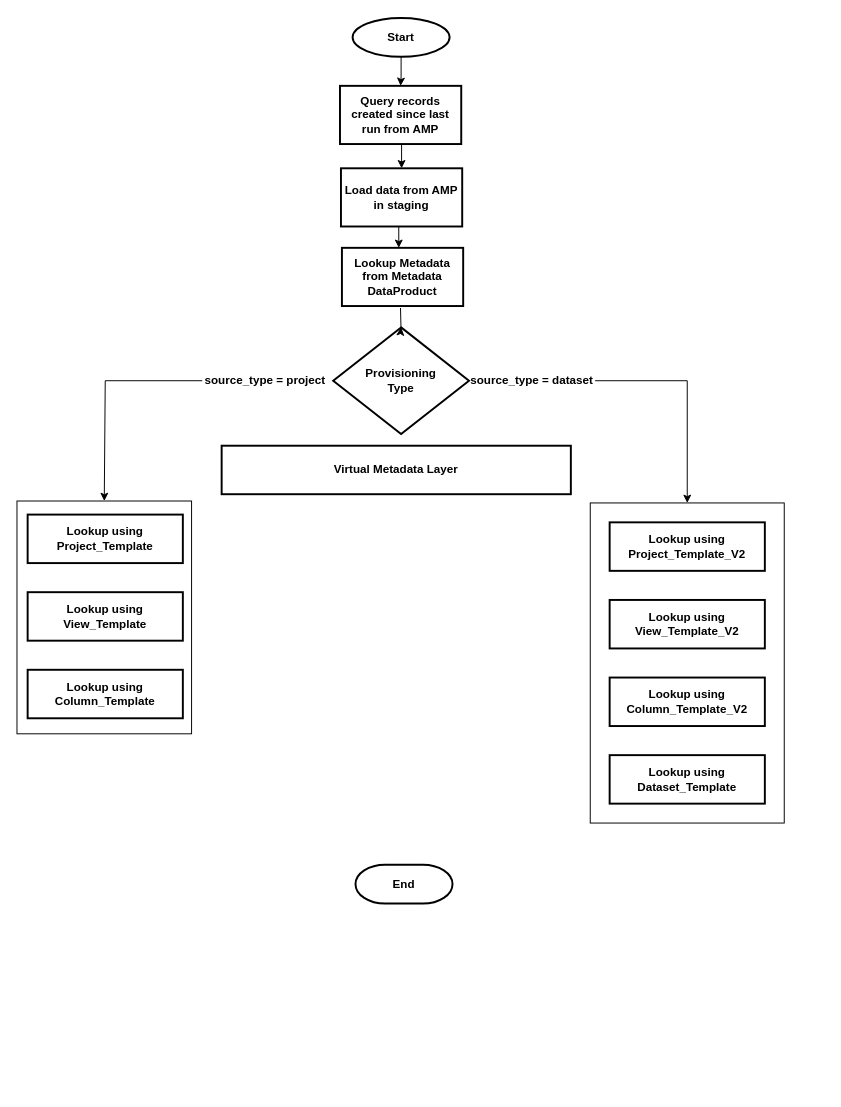
zikzakjack/draw.io keeps this draw.io diagram as Access_Dataflow.drawio. Above is the earlier version. Source tidied: cells renumbered, new cells numbered last; positions are measured from the earlier drawing's top-left corner, leaving out a move shared by most shapes. Both pictures are drawn from the tidied source at 97%, with x=0, y=0 at pixel (16, 17).
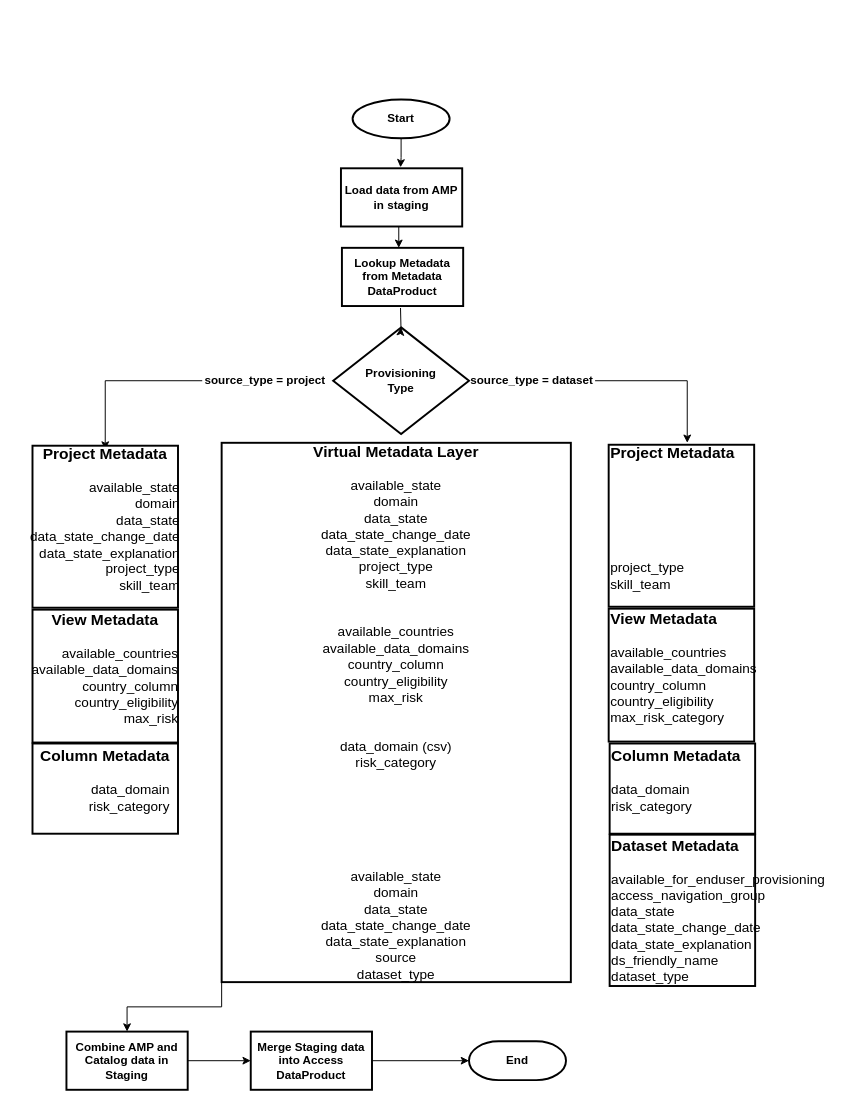
The same diagram, later.

The change refers to these unchanged cells:
```xml
<mxCell id="9" value="&lt;b&gt;source_type = project&lt;/b&gt;" style="text;html=1;strokeColor=none;fillColor=none;align=center;verticalAlign=middle;whiteSpace=wrap;rounded=0;" parent="1" vertex="1">
  <mxGeometry x="191" y="359" width="130" height="30" as="geometry" />
</mxCell>
<mxCell id="11" value="&lt;b&gt;source_type = dataset&lt;/b&gt;" style="text;html=1;strokeColor=none;fillColor=none;align=center;verticalAlign=middle;whiteSpace=wrap;rounded=0;" parent="1" vertex="1">
  <mxGeometry x="466" y="359" width="130" height="30" as="geometry" />
</mxCell>
<mxCell id="26" value="&lt;font size=&quot;1&quot;&gt;&lt;b style=&quot;font-size: 12px;&quot;&gt;Load data from AMP in staging&lt;/b&gt;&lt;/font&gt;" style="rounded=1;whiteSpace=wrap;html=1;absoluteArcSize=1;arcSize=0;strokeWidth=2;" parent="1" vertex="1">
  <mxGeometry x="334" y="155" width="125" height="60" as="geometry" />
</mxCell>
```

Diff of the diagram source:
```diff
@@
-    <mxCell id="3" style="edgeStyle=orthogonalEdgeStyle;rounded=0;jettySize=auto;html=1;" parent="1" edge="1" source="4" target="7">
-      <mxGeometry relative="1" as="geometry" />
+    <mxCell id="3" style="edgeStyle=orthogonalEdgeStyle;rounded=0;jettySize=auto;html=1;" parent="1" edge="1" source="4">
+      <mxGeometry relative="1" as="geometry">
+        <mxPoint x="395.4" y="154" as="targetPoint" />
+      </mxGeometry>
     </mxCell>
     <mxCell id="4" value="&lt;font size=&quot;1&quot; style=&quot;&quot;&gt;&lt;b style=&quot;font-size: 12px;&quot;&gt;Start&lt;/b&gt;&lt;/font&gt;" style="strokeWidth=2;html=1;shape=mxgraph.flowchart.start_1;whiteSpace=wrap;" parent="1" vertex="1">
-      <mxGeometry x="346" width="100" height="40" as="geometry" />
+      <mxGeometry x="346" y="84" width="100" height="40" as="geometry" />
     </mxCell>
@@
-    <mxCell id="6" style="edgeStyle=orthogonalEdgeStyle;rounded=0;jettySize=auto;html=1;exitX=0.5;exitY=1;exitDx=0;exitDy=0;entryX=0.5;entryY=0;entryDx=0;entryDy=0;" parent="1" edge="1" source="7" target="26">
-      <mxGeometry relative="1" as="geometry" />
-    </mxCell>
-    <mxCell id="7" value="&lt;font size=&quot;1&quot;&gt;&lt;b style=&quot;font-size: 12px;&quot;&gt;Query records created since last run from AMP&lt;/b&gt;&lt;/font&gt;" style="rounded=1;whiteSpace=wrap;html=1;absoluteArcSize=1;arcSize=0;strokeWidth=2;" parent="1" vertex="1">
-      <mxGeometry x="333" y="70" width="125" height="60" as="geometry" />
-    </mxCell>
-    <mxCell id="8" style="edgeStyle=orthogonalEdgeStyle;rounded=0;jettySize=auto;html=1;entryX=0.5;entryY=0;entryDx=0;entryDy=0;" parent="1" edge="1" source="9" target="15">
+    <mxCell id="8" style="edgeStyle=orthogonalEdgeStyle;rounded=0;jettySize=auto;html=1;" parent="1" edge="1" source="9">
       <mxGeometry relative="1" as="geometry">
+        <mxPoint x="91" y="445" as="targetPoint" />
         <Array as="points">
           <mxPoint x="91" y="374" />
         </Array>
       </mxGeometry>
     </mxCell>
@@
-    <mxCell id="10" style="edgeStyle=orthogonalEdgeStyle;rounded=0;jettySize=auto;html=1;entryX=0.5;entryY=0;entryDx=0;entryDy=0;" parent="1" edge="1" source="11" target="20">
+    <mxCell id="10" style="edgeStyle=orthogonalEdgeStyle;rounded=0;jettySize=auto;html=1;" parent="1" edge="1" source="11">
       <mxGeometry relative="1" as="geometry">
+        <mxPoint x="691" y="438" as="targetPoint" />
         <Array as="points">
           <mxPoint x="691" y="374" />
         </Array>
       </mxGeometry>
     </mxCell>
@@
+    <mxCell id="28" style="edgeStyle=orthogonalEdgeStyle;rounded=0;jettySize=auto;html=1;exitX=0;exitY=1;exitDx=0;exitDy=0;" parent="1" edge="1" source="12" target="36">
+      <mxGeometry relative="1" as="geometry" />
+    </mxCell>
-    <mxCell id="12" value="&lt;div class=&quot;O0&quot;&gt;&lt;b&gt;Virtual Metadata Layer&lt;/b&gt;&lt;/div&gt;" style="rounded=1;whiteSpace=wrap;html=1;absoluteArcSize=1;arcSize=0;strokeWidth=2;" parent="1" vertex="1">
-      <mxGeometry x="211" y="441" width="360" height="50" as="geometry" />
+    <mxCell id="12" value="&lt;div style=&quot;font-size: 14px;&quot; class=&quot;O0&quot;&gt;&lt;div style=&quot;border-color: var(--border-color);&quot; class=&quot;O0&quot;&gt;&lt;b style=&quot;border-color: var(--border-color);&quot;&gt;&lt;font style=&quot;border-color: var(--border-color); font-size: 16px;&quot;&gt;Virtual Metadata Layer&lt;/font&gt;&lt;/b&gt;&lt;/div&gt;&lt;div style=&quot;border-color: var(--border-color); font-size: 14px;&quot; class=&quot;O0&quot;&gt;&lt;br style=&quot;border-color: var(--border-color);&quot;&gt;&lt;div style=&quot;border-color: var(--border-color);&quot;&gt;available_state&lt;/div&gt;&lt;div style=&quot;border-color: var(--border-color);&quot;&gt;&lt;span style=&quot;border-color: var(--border-color); background-color: initial;&quot;&gt;domain&lt;/span&gt;&lt;/div&gt;&lt;/div&gt;&lt;div style=&quot;border-color: var(--border-color); font-size: 14px;&quot; class=&quot;O0&quot;&gt;&lt;font style=&quot;border-color: var(--border-color); font-size: 14px;&quot;&gt;data_state&lt;br style=&quot;border-color: var(--border-color);&quot;&gt;&lt;/font&gt;&lt;/div&gt;&lt;div style=&quot;border-color: var(--border-color); font-size: 14px;&quot; class=&quot;O0&quot;&gt;&lt;font style=&quot;border-color: var(--border-color); font-size: 14px;&quot;&gt;data_state_change_date&lt;br style=&quot;border-color: var(--border-color);&quot;&gt;&lt;/font&gt;&lt;/div&gt;&lt;div style=&quot;border-color: var(--border-color); font-size: 14px;&quot; class=&quot;O0&quot;&gt;&lt;font style=&quot;border-color: var(--border-color); font-size: 14px;&quot;&gt;data_state_explanation&lt;br style=&quot;border-color: var(--border-color);&quot;&gt;&lt;/font&gt;&lt;/div&gt;&lt;div style=&quot;border-color: var(--border-color); font-size: 14px;&quot; class=&quot;O0&quot;&gt;&lt;font style=&quot;border-color: var(--border-color); font-size: 14px;&quot;&gt;project_type&lt;br style=&quot;border-color: var(--border-color);&quot;&gt;&lt;/font&gt;&lt;/div&gt;&lt;div style=&quot;border-color: var(--border-color); font-size: 14px;&quot; class=&quot;O0&quot;&gt;&lt;font style=&quot;border-color: var(--border-color); font-size: 14px;&quot;&gt;&lt;font style=&quot;border-color: var(--border-color); font-size: 14px;&quot;&gt;skill_team&lt;br&gt;&lt;br&gt;&lt;br&gt;&lt;/font&gt;&lt;span style=&quot;background-color: initial;&quot;&gt;available_countries&lt;/span&gt;&lt;br&gt;&lt;/font&gt;&lt;/div&gt;&lt;div style=&quot;border-color: var(--border-color); font-size: 14px;&quot; class=&quot;O0&quot;&gt;&lt;div style=&quot;border-color: var(--border-color);&quot; class=&quot;O0&quot;&gt;&lt;div style=&quot;border-color: var(--border-color);&quot;&gt;&lt;font style=&quot;border-color: var(--border-color); font-size: 14px;&quot;&gt;available_data_domains&lt;br style=&quot;border-color: var(--border-color);&quot;&gt;&lt;/font&gt;&lt;/div&gt;&lt;/div&gt;&lt;div style=&quot;border-color: var(--border-color);&quot; class=&quot;O0&quot;&gt;&lt;font style=&quot;border-color: var(--border-color); font-size: 14px;&quot;&gt;country_column&lt;br style=&quot;border-color: var(--border-color);&quot;&gt;&lt;/font&gt;&lt;/div&gt;&lt;div style=&quot;border-color: var(--border-color);&quot; class=&quot;O0&quot;&gt;&lt;font style=&quot;border-color: var(--border-color); font-size: 14px;&quot;&gt;country_eligibility&lt;br style=&quot;border-color: var(--border-color);&quot;&gt;&lt;/font&gt;&lt;/div&gt;&lt;div style=&quot;border-color: var(--border-color);&quot; class=&quot;O0&quot;&gt;&lt;font style=&quot;border-color: var(--border-color); font-size: 14px;&quot;&gt;max_risk&lt;/font&gt;&lt;/div&gt;&lt;div style=&quot;border-color: var(--border-color);&quot; class=&quot;O0&quot;&gt;&lt;br&gt;&lt;br&gt;&lt;div style=&quot;border-color: var(--border-color);&quot;&gt;data_domain (csv)&lt;/div&gt;&lt;div style=&quot;border-color: var(--border-color);&quot;&gt;risk_category&lt;/div&gt;&lt;br&gt;&lt;br&gt;&lt;br&gt;&lt;br&gt;&lt;br&gt;&lt;br&gt;available_state&lt;br&gt;domain&lt;br&gt;data_state&lt;br&gt;data_state_change_date&lt;br&gt;data_state_explanation&lt;br&gt;source&lt;br&gt;dataset_type&lt;br style=&quot;border-color: var(--border-color);&quot;&gt;&lt;/div&gt;&lt;/div&gt;&lt;/div&gt;" style="rounded=1;whiteSpace=wrap;html=1;absoluteArcSize=1;arcSize=0;strokeWidth=2;align=center;" parent="1" vertex="1">
+      <mxGeometry x="211" y="438" width="360" height="556" as="geometry" />
     </mxCell>
     <mxCell id="13" value="&lt;b&gt;End&lt;/b&gt;" style="strokeWidth=2;html=1;shape=mxgraph.flowchart.terminator;whiteSpace=wrap;" parent="1" vertex="1">
-      <mxGeometry x="349" y="873" width="100" height="40" as="geometry" />
+      <mxGeometry x="466" y="1055" width="100" height="40" as="geometry" />
     </mxCell>
-    <mxCell id="14" style="group;" parent="1" vertex="1">
-      <mxGeometry x="11" y="512" width="180" height="230" as="geometry" />
-    </mxCell>
-    <mxCell id="15" style="rounded=0;whiteSpace=wrap;html=1;" parent="14" vertex="1">
-      <mxGeometry x="-11" y="-14" width="180" height="240" as="geometry" />
-    </mxCell>
-    <mxCell id="16" value="&lt;div class=&quot;O0&quot;&gt;&lt;b&gt;Lookup using Project_Template&lt;/b&gt;&lt;/div&gt;" style="rounded=1;whiteSpace=wrap;html=1;absoluteArcSize=1;arcSize=0;strokeWidth=2;" parent="14" vertex="1">
-      <mxGeometry width="160" height="50" as="geometry" />
-    </mxCell>
-    <mxCell id="17" value="&lt;div class=&quot;O0&quot;&gt;&lt;b&gt;Lookup using View_Template&lt;/b&gt;&lt;/div&gt;" style="rounded=1;whiteSpace=wrap;html=1;absoluteArcSize=1;arcSize=0;strokeWidth=2;" parent="14" vertex="1">
-      <mxGeometry y="80" width="160" height="50" as="geometry" />
-    </mxCell>
-    <mxCell id="18" value="&lt;div class=&quot;O0&quot;&gt;&lt;b&gt;Lookup using Column_Template&lt;/b&gt;&lt;/div&gt;" style="rounded=1;whiteSpace=wrap;html=1;absoluteArcSize=1;arcSize=0;strokeWidth=2;" parent="14" vertex="1">
-      <mxGeometry y="160" width="160" height="50" as="geometry" />
-    </mxCell>
-    <mxCell id="19" style="group;" parent="1" vertex="1">
-      <mxGeometry x="611" y="520" width="180" height="310" as="geometry" />
-    </mxCell>
-    <mxCell id="20" style="rounded=0;whiteSpace=wrap;html=1;" parent="19" vertex="1">
-      <mxGeometry x="-20" y="-20" width="200" height="330" as="geometry" />
-    </mxCell>
-    <mxCell id="21" value="&lt;div class=&quot;O0&quot;&gt;&lt;b&gt;Lookup using Project_Template_V2&lt;/b&gt;&lt;/div&gt;" style="rounded=1;whiteSpace=wrap;html=1;absoluteArcSize=1;arcSize=0;strokeWidth=2;" parent="19" vertex="1">
-      <mxGeometry width="160" height="50" as="geometry" />
-    </mxCell>
-    <mxCell id="22" value="&lt;div class=&quot;O0&quot;&gt;&lt;b&gt;Lookup using View_Template_V2&lt;/b&gt;&lt;/div&gt;" style="rounded=1;whiteSpace=wrap;html=1;absoluteArcSize=1;arcSize=0;strokeWidth=2;" parent="19" vertex="1">
-      <mxGeometry y="80" width="160" height="50" as="geometry" />
-    </mxCell>
-    <mxCell id="23" value="&lt;div class=&quot;O0&quot;&gt;&lt;b&gt;Lookup using Column_Template_V2&lt;/b&gt;&lt;/div&gt;" style="rounded=1;whiteSpace=wrap;html=1;absoluteArcSize=1;arcSize=0;strokeWidth=2;" parent="19" vertex="1">
-      <mxGeometry y="160" width="160" height="50" as="geometry" />
-    </mxCell>
-    <mxCell id="24" value="&lt;div class=&quot;O0&quot;&gt;&lt;b&gt;Lookup using Dataset_Template&lt;/b&gt;&lt;/div&gt;" style="rounded=1;whiteSpace=wrap;html=1;absoluteArcSize=1;arcSize=0;strokeWidth=2;" parent="19" vertex="1">
-      <mxGeometry y="240" width="160" height="50" as="geometry" />
-    </mxCell>
@@
+    <mxCell id="16" value="&lt;div class=&quot;O0&quot;&gt;&lt;b&gt;&lt;font style=&quot;font-size: 16px;&quot;&gt;Project Metadata&lt;/font&gt;&lt;/b&gt;&lt;/div&gt;&lt;div style=&quot;font-size: 14px;&quot; class=&quot;O0&quot;&gt;&lt;br&gt;&lt;div style=&quot;text-align: right;&quot;&gt;&lt;span style=&quot;background-color: initial;&quot;&gt;&lt;font style=&quot;font-size: 14px;&quot;&gt;available_state&lt;/font&gt;&lt;/span&gt;&lt;/div&gt;&lt;div style=&quot;text-align: right;&quot;&gt;&lt;span style=&quot;background-color: initial;&quot;&gt;&lt;font style=&quot;font-size: 14px;&quot;&gt;domain&lt;/font&gt;&lt;/span&gt;&lt;/div&gt;&lt;/div&gt;&lt;div style=&quot;text-align: right; font-size: 14px;&quot; class=&quot;O0&quot;&gt;&lt;font style=&quot;font-size: 14px;&quot;&gt;data_state&lt;br&gt;&lt;/font&gt;&lt;/div&gt;&lt;div style=&quot;text-align: right; font-size: 14px;&quot; class=&quot;O0&quot;&gt;&lt;font style=&quot;font-size: 14px;&quot;&gt;data_state_change_date&lt;br&gt;&lt;/font&gt;&lt;/div&gt;&lt;div style=&quot;text-align: right; font-size: 14px;&quot; class=&quot;O0&quot;&gt;&lt;font style=&quot;font-size: 14px;&quot;&gt;data_state_explanation&lt;br&gt;&lt;/font&gt;&lt;/div&gt;&lt;div style=&quot;text-align: right; font-size: 14px;&quot; class=&quot;O0&quot;&gt;&lt;font style=&quot;font-size: 14px;&quot;&gt;project_type&lt;br&gt;&lt;/font&gt;&lt;/div&gt;&lt;div style=&quot;text-align: right; font-size: 14px;&quot; class=&quot;O0&quot;&gt;&lt;font style=&quot;font-size: 14px;&quot;&gt;&lt;font style=&quot;font-size: 14px;&quot;&gt;skill_team&lt;/font&gt;&lt;br&gt;&lt;/font&gt;&lt;/div&gt;&lt;div style=&quot;font-size: 14px;&quot; class=&quot;O0&quot;&gt;&lt;br&gt;&lt;/div&gt;" style="rounded=1;whiteSpace=wrap;html=1;absoluteArcSize=1;arcSize=0;strokeWidth=2;" parent="1" vertex="1">
+      <mxGeometry x="16" y="441" width="150" height="167" as="geometry" />
+    </mxCell>
+    <mxCell id="29" value="&lt;div class=&quot;O0&quot;&gt;&lt;b&gt;&lt;font style=&quot;font-size: 16px;&quot;&gt;View Metadata&lt;/font&gt;&lt;/b&gt;&lt;/div&gt;&lt;div style=&quot;font-size: 14px;&quot; class=&quot;O0&quot;&gt;&lt;br&gt;&lt;div style=&quot;text-align: right;&quot;&gt;&lt;font style=&quot;font-size: 14px;&quot;&gt;available_countries&lt;br&gt;&lt;/font&gt;&lt;/div&gt;&lt;div style=&quot;text-align: right;&quot;&gt;&lt;font style=&quot;font-size: 14px;&quot;&gt;available_data_domains&lt;br&gt;&lt;/font&gt;&lt;/div&gt;&lt;/div&gt;&lt;div style=&quot;text-align: right; font-size: 14px;&quot; class=&quot;O0&quot;&gt;&lt;font style=&quot;font-size: 14px;&quot;&gt;country_column&lt;br&gt;&lt;/font&gt;&lt;/div&gt;&lt;div style=&quot;text-align: right; font-size: 14px;&quot; class=&quot;O0&quot;&gt;&lt;font style=&quot;font-size: 14px;&quot;&gt;country_eligibility&lt;br&gt;&lt;/font&gt;&lt;/div&gt;&lt;div style=&quot;text-align: right; font-size: 14px;&quot; class=&quot;O0&quot;&gt;&lt;font style=&quot;font-size: 14px;&quot;&gt;max_risk&lt;/font&gt;&lt;/div&gt;&lt;div style=&quot;font-size: 14px;&quot; class=&quot;O0&quot;&gt;&lt;br&gt;&lt;/div&gt;" style="rounded=1;whiteSpace=wrap;html=1;absoluteArcSize=1;arcSize=0;strokeWidth=2;" parent="1" vertex="1">
+      <mxGeometry x="16" y="610" width="150" height="137" as="geometry" />
+    </mxCell>
+    <mxCell id="30" value="&lt;div class=&quot;O0&quot;&gt;&lt;b&gt;&lt;font style=&quot;font-size: 16px;&quot;&gt;Column Metadata&lt;/font&gt;&lt;/b&gt;&lt;/div&gt;&lt;div style=&quot;font-size: 14px;&quot; class=&quot;O0&quot;&gt;&lt;br&gt;&lt;div style=&quot;text-align: right;&quot;&gt;data_domain&lt;/div&gt;&lt;div style=&quot;text-align: right;&quot;&gt;risk_category&lt;/div&gt;&lt;/div&gt;&lt;div style=&quot;font-size: 14px;&quot; class=&quot;O0&quot;&gt;&lt;br&gt;&lt;/div&gt;" style="rounded=1;whiteSpace=wrap;html=1;absoluteArcSize=1;arcSize=0;strokeWidth=2;" parent="1" vertex="1">
+      <mxGeometry x="16" y="748" width="150" height="93" as="geometry" />
+    </mxCell>
+    <mxCell id="31" value="&lt;div class=&quot;O0&quot;&gt;&lt;b&gt;&lt;font style=&quot;font-size: 16px;&quot;&gt;Project Metadata&lt;/font&gt;&lt;/b&gt;&lt;/div&gt;&lt;div style=&quot;font-size: 14px;&quot; class=&quot;O0&quot;&gt;&lt;br&gt;&lt;div style=&quot;&quot;&gt;&lt;br&gt;&lt;/div&gt;&lt;div style=&quot;&quot;&gt;&lt;br&gt;&lt;/div&gt;&lt;/div&gt;&lt;div style=&quot;font-size: 14px;&quot; class=&quot;O0&quot;&gt;&lt;font style=&quot;font-size: 14px;&quot;&gt;&lt;br&gt;&lt;/font&gt;&lt;/div&gt;&lt;div style=&quot;font-size: 14px;&quot; class=&quot;O0&quot;&gt;&lt;font style=&quot;font-size: 14px;&quot;&gt;&lt;br&gt;&lt;/font&gt;&lt;/div&gt;&lt;div style=&quot;font-size: 14px;&quot; class=&quot;O0&quot;&gt;&lt;font style=&quot;font-size: 14px;&quot;&gt;&lt;br&gt;&lt;/font&gt;&lt;/div&gt;&lt;div style=&quot;font-size: 14px;&quot; class=&quot;O0&quot;&gt;&lt;font style=&quot;font-size: 14px;&quot;&gt;project_type&lt;br&gt;&lt;/font&gt;&lt;/div&gt;&lt;div style=&quot;font-size: 14px;&quot; class=&quot;O0&quot;&gt;&lt;font style=&quot;font-size: 14px;&quot;&gt;&lt;font style=&quot;font-size: 14px;&quot;&gt;skill_team&lt;/font&gt;&lt;br&gt;&lt;/font&gt;&lt;/div&gt;&lt;div style=&quot;font-size: 14px;&quot; class=&quot;O0&quot;&gt;&lt;br&gt;&lt;/div&gt;" style="rounded=1;whiteSpace=wrap;html=1;absoluteArcSize=1;arcSize=0;strokeWidth=2;align=left;" parent="1" vertex="1">
+      <mxGeometry x="610" y="440" width="150" height="167" as="geometry" />
+    </mxCell>
+    <mxCell id="32" value="&lt;div class=&quot;O0&quot;&gt;&lt;b&gt;&lt;font style=&quot;font-size: 16px;&quot;&gt;View Metadata&lt;/font&gt;&lt;/b&gt;&lt;/div&gt;&lt;div style=&quot;font-size: 14px;&quot; class=&quot;O0&quot;&gt;&lt;br&gt;&lt;div style=&quot;&quot;&gt;&lt;font style=&quot;font-size: 14px;&quot;&gt;available_countries&lt;br&gt;&lt;/font&gt;&lt;/div&gt;&lt;div style=&quot;&quot;&gt;&lt;font style=&quot;font-size: 14px;&quot;&gt;available_data_domains&lt;br&gt;&lt;/font&gt;&lt;/div&gt;&lt;/div&gt;&lt;div style=&quot;font-size: 14px;&quot; class=&quot;O0&quot;&gt;&lt;font style=&quot;font-size: 14px;&quot;&gt;country_column&lt;br&gt;&lt;/font&gt;&lt;/div&gt;&lt;div style=&quot;font-size: 14px;&quot; class=&quot;O0&quot;&gt;&lt;font style=&quot;font-size: 14px;&quot;&gt;country_eligibility&lt;br&gt;&lt;/font&gt;&lt;/div&gt;&lt;div style=&quot;font-size: 14px;&quot; class=&quot;O0&quot;&gt;&lt;font style=&quot;font-size: 14px;&quot;&gt;max_risk_category&lt;/font&gt;&lt;/div&gt;&lt;div style=&quot;font-size: 14px;&quot; class=&quot;O0&quot;&gt;&lt;br&gt;&lt;/div&gt;" style="rounded=1;whiteSpace=wrap;html=1;absoluteArcSize=1;arcSize=0;strokeWidth=2;align=left;" parent="1" vertex="1">
+      <mxGeometry x="610" y="609" width="150" height="137" as="geometry" />
+    </mxCell>
+    <mxCell id="33" value="&lt;div class=&quot;O0&quot;&gt;&lt;b&gt;&lt;font style=&quot;font-size: 16px;&quot;&gt;Column Metadata&lt;/font&gt;&lt;/b&gt;&lt;/div&gt;&lt;div style=&quot;font-size: 14px;&quot; class=&quot;O0&quot;&gt;&lt;br&gt;&lt;div style=&quot;&quot;&gt;data_domain&lt;/div&gt;&lt;div style=&quot;&quot;&gt;risk_category&lt;/div&gt;&lt;/div&gt;&lt;div style=&quot;font-size: 14px;&quot; class=&quot;O0&quot;&gt;&lt;br&gt;&lt;/div&gt;" style="rounded=1;whiteSpace=wrap;html=1;absoluteArcSize=1;arcSize=0;strokeWidth=2;align=left;" parent="1" vertex="1">
+      <mxGeometry x="611" y="748" width="150" height="93" as="geometry" />
+    </mxCell>
+    <mxCell id="34" value="&lt;div class=&quot;O0&quot;&gt;&lt;b&gt;&lt;font style=&quot;font-size: 16px;&quot;&gt;Dataset Metadata&lt;/font&gt;&lt;/b&gt;&lt;/div&gt;&lt;div style=&quot;font-size: 14px;&quot; class=&quot;O0&quot;&gt;&lt;br&gt;&lt;div style=&quot;&quot;&gt;&lt;font style=&quot;font-size: 14px;&quot;&gt;available_for_enduser_provisioning&lt;br&gt;&lt;/font&gt;&lt;/div&gt;&lt;div style=&quot;&quot;&gt;&lt;font style=&quot;font-size: 14px;&quot;&gt;access_navigation_group&lt;br&gt;&lt;/font&gt;&lt;/div&gt;&lt;/div&gt;&lt;div style=&quot;font-size: 14px;&quot; class=&quot;O0&quot;&gt;&lt;font style=&quot;font-size: 14px;&quot;&gt;data_state&lt;br&gt;&lt;/font&gt;&lt;/div&gt;&lt;div style=&quot;font-size: 14px;&quot; class=&quot;O0&quot;&gt;&lt;font style=&quot;font-size: 14px;&quot;&gt;data_state_change_date&lt;br&gt;&lt;/font&gt;&lt;/div&gt;&lt;div style=&quot;font-size: 14px;&quot; class=&quot;O0&quot;&gt;&lt;font style=&quot;font-size: 14px;&quot;&gt;data_state_explanation&lt;/font&gt;&lt;/div&gt;&lt;div style=&quot;font-size: 14px;&quot; class=&quot;O0&quot;&gt;&lt;font style=&quot;font-size: 14px;&quot;&gt;ds_friendly_name&lt;br&gt;dataset_type&lt;/font&gt;&lt;br&gt;&lt;/div&gt;" style="rounded=1;whiteSpace=wrap;html=1;absoluteArcSize=1;arcSize=0;strokeWidth=2;align=left;" parent="1" vertex="1">
+      <mxGeometry x="611" y="842" width="150" height="156" as="geometry" />
+    </mxCell>
+    <mxCell id="35" style="edgeStyle=orthogonalEdgeStyle;rounded=0;jettySize=auto;html=1;exitX=1;exitY=0.5;exitDx=0;exitDy=0;" parent="1" edge="1" source="36" target="38">
+      <mxGeometry relative="1" as="geometry" />
+    </mxCell>
+    <mxCell id="36" value="&lt;font size=&quot;1&quot;&gt;&lt;b style=&quot;font-size: 12px;&quot;&gt;Combine AMP and Catalog data in Staging&lt;/b&gt;&lt;/font&gt;" style="rounded=1;whiteSpace=wrap;html=1;absoluteArcSize=1;arcSize=0;strokeWidth=2;" parent="1" vertex="1">
+      <mxGeometry x="51" y="1045" width="125" height="60" as="geometry" />
+    </mxCell>
+    <mxCell id="37" style="edgeStyle=orthogonalEdgeStyle;rounded=0;jettySize=auto;html=1;exitX=1;exitY=0.5;exitDx=0;exitDy=0;entryX=0;entryY=0.5;entryDx=0;entryDy=0;entryPerimeter=0;" parent="1" edge="1" source="38" target="13">
+      <mxGeometry relative="1" as="geometry" />
+    </mxCell>
+    <mxCell id="38" value="&lt;font size=&quot;1&quot;&gt;&lt;b style=&quot;font-size: 12px;&quot;&gt;Merge Staging data into Access DataProduct&lt;/b&gt;&lt;/font&gt;" style="rounded=1;whiteSpace=wrap;html=1;absoluteArcSize=1;arcSize=0;strokeWidth=2;" parent="1" vertex="1">
+      <mxGeometry x="241" y="1045" width="125" height="60" as="geometry" />
+    </mxCell>
```
